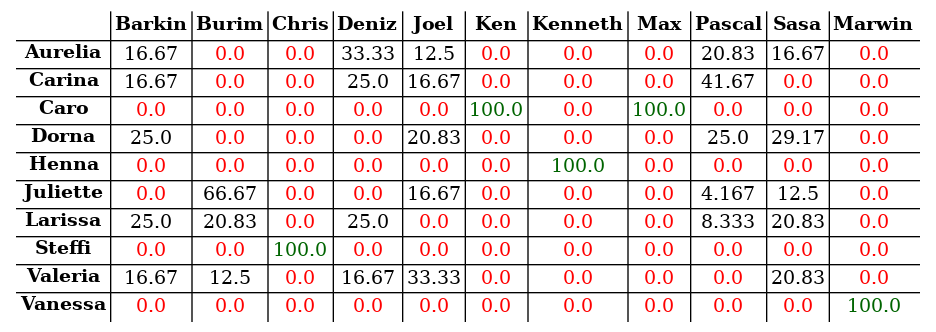
Before: s04/s04_tab.png, a diagram exported from Graphviz (atticus-sullivan/sim-ayto). Its source is kept beside it as s04/s04_tab.dot.
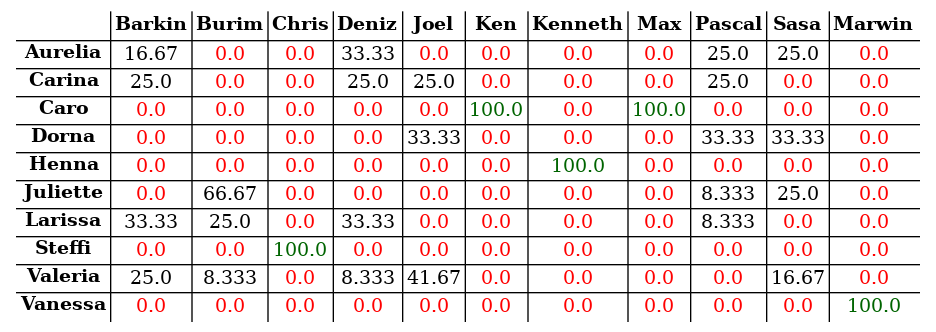
Above is the later version.

Diff of the diagram source:
```diff
@@ -19,24 +19,24 @@
 <td><font color="red">0.0</font></td>
 <td><font color="red">0.0</font></td>
 <td><font color="black">33.33</font></td>
-<td><font color="black">12.5</font></td>
 <td><font color="red">0.0</font></td>
 <td><font color="red">0.0</font></td>
 <td><font color="red">0.0</font></td>
-<td><font color="black">20.83</font></td>
-<td><font color="black">16.67</font></td>
+<td><font color="red">0.0</font></td>
+<td><font color="black">25.0</font></td>
+<td><font color="black">25.0</font></td>
 <td><font color="red">0.0</font></td>
 </tr>
 <tr><td><B>Carina</B></td>
-<td><font color="black">16.67</font></td>
+<td><font color="black">25.0</font></td>
 <td><font color="red">0.0</font></td>
 <td><font color="red">0.0</font></td>
 <td><font color="black">25.0</font></td>
-<td><font color="black">16.67</font></td>
+<td><font color="black">25.0</font></td>
 <td><font color="red">0.0</font></td>
 <td><font color="red">0.0</font></td>
 <td><font color="red">0.0</font></td>
-<td><font color="black">41.67</font></td>
+<td><font color="black">25.0</font></td>
 <td><font color="red">0.0</font></td>
 <td><font color="red">0.0</font></td>
 </tr>
@@ -54,16 +54,16 @@
 <td><font color="red">0.0</font></td>
 </tr>
 <tr><td><B>Dorna</B></td>
-<td><font color="black">25.0</font></td>
 <td><font color="red">0.0</font></td>
 <td><font color="red">0.0</font></td>
 <td><font color="red">0.0</font></td>
-<td><font color="black">20.83</font></td>
+<td><font color="red">0.0</font></td>
+<td><font color="black">33.33</font></td>
 <td><font color="red">0.0</font></td>
 <td><font color="red">0.0</font></td>
 <td><font color="red">0.0</font></td>
-<td><font color="black">25.0</font></td>
-<td><font color="black">29.17</font></td>
+<td><font color="black">33.33</font></td>
+<td><font color="black">33.33</font></td>
 <td><font color="red">0.0</font></td>
 </tr>
 <tr><td><B>Henna</B></td>
@@ -84,25 +84,25 @@
 <td><font color="black">66.67</font></td>
 <td><font color="red">0.0</font></td>
 <td><font color="red">0.0</font></td>
-<td><font color="black">16.67</font></td>
-<td><font color="red">0.0</font></td>
-<td><font color="red">0.0</font></td>
-<td><font color="red">0.0</font></td>
-<td><font color="black">4.167</font></td>
-<td><font color="black">12.5</font></td>
-<td><font color="red">0.0</font></td>
-</tr>
-<tr><td><B>Larissa</B></td>
-<td><font color="black">25.0</font></td>
-<td><font color="black">20.83</font></td>
-<td><font color="red">0.0</font></td>
-<td><font color="black">25.0</font></td>
 <td><font color="red">0.0</font></td>
 <td><font color="red">0.0</font></td>
 <td><font color="red">0.0</font></td>
 <td><font color="red">0.0</font></td>
 <td><font color="black">8.333</font></td>
-<td><font color="black">20.83</font></td>
+<td><font color="black">25.0</font></td>
+<td><font color="red">0.0</font></td>
+</tr>
+<tr><td><B>Larissa</B></td>
+<td><font color="black">33.33</font></td>
+<td><font color="black">25.0</font></td>
+<td><font color="red">0.0</font></td>
+<td><font color="black">33.33</font></td>
+<td><font color="red">0.0</font></td>
+<td><font color="red">0.0</font></td>
+<td><font color="red">0.0</font></td>
+<td><font color="red">0.0</font></td>
+<td><font color="black">8.333</font></td>
+<td><font color="red">0.0</font></td>
 <td><font color="red">0.0</font></td>
 </tr>
 <tr><td><B>Steffi</B></td>
@@ -119,16 +119,16 @@
 <td><font color="red">0.0</font></td>
 </tr>
 <tr><td><B>Valeria</B></td>
-<td><font color="black">16.67</font></td>
-<td><font color="black">12.5</font></td>
+<td><font color="black">25.0</font></td>
+<td><font color="black">8.333</font></td>
 <td><font color="red">0.0</font></td>
-<td><font color="black">16.67</font></td>
-<td><font color="black">33.33</font></td>
+<td><font color="black">8.333</font></td>
+<td><font color="black">41.67</font></td>
 <td><font color="red">0.0</font></td>
 <td><font color="red">0.0</font></td>
 <td><font color="red">0.0</font></td>
 <td><font color="red">0.0</font></td>
-<td><font color="black">20.83</font></td>
+<td><font color="black">16.67</font></td>
 <td><font color="red">0.0</font></td>
 </tr>
 <tr><td><B>Vanessa</B></td>
```
